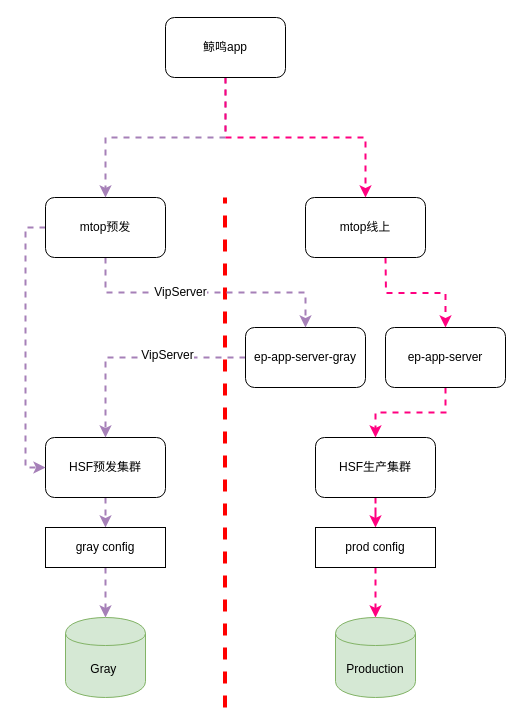
The draw.io diagram grayenv.drawio in QuanCong/draw, before the edit. Source tidied: cells renumbered, new cells numbered last; positions are measured from the earlier drawing's top-left corner, leaving out a move shared by most shapes. Both pictures are drawn from the tidied source at 100%, with x=0, y=0 at pixel (45, 17).
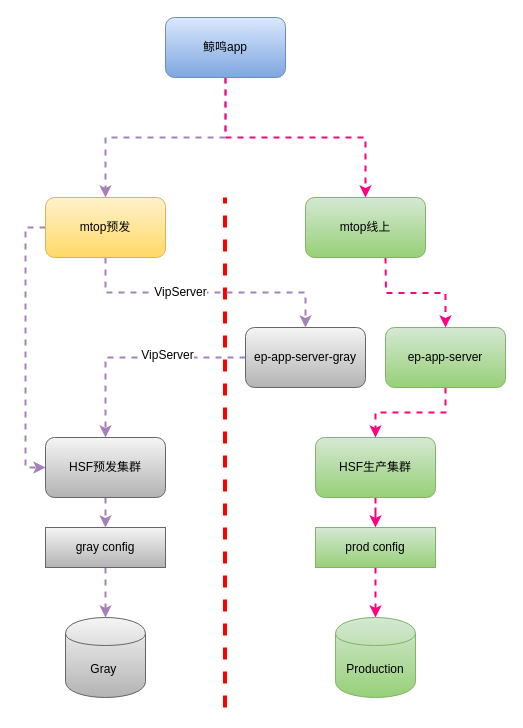
After the change.

What changed in the source:
```diff
@@
-    <mxCell id="2" value="Gray&amp;nbsp;" style="shape=cylinder;whiteSpace=wrap;html=1;boundedLbl=1;backgroundOutline=1;fillColor=#d5e8d4;strokeColor=#82b366;" parent="1" vertex="1">
+    <mxCell id="2" value="Gray&amp;nbsp;" style="shape=cylinder;whiteSpace=wrap;html=1;boundedLbl=1;backgroundOutline=1;fillColor=#f5f5f5;strokeColor=#666666;gradientColor=#b3b3b3;" parent="1" vertex="1">
       <mxGeometry x="20" y="600" width="80" height="80" as="geometry" />
     </mxCell>
-    <mxCell id="3" value="Production" style="shape=cylinder;whiteSpace=wrap;html=1;boundedLbl=1;backgroundOutline=1;fillColor=#d5e8d4;strokeColor=#82b366;" parent="1" vertex="1">
+    <mxCell id="3" value="Production" style="shape=cylinder;whiteSpace=wrap;html=1;boundedLbl=1;backgroundOutline=1;fillColor=#d5e8d4;strokeColor=#82b366;gradientColor=#97d077;" parent="1" vertex="1">
       <mxGeometry x="290" y="600" width="80" height="80" as="geometry" />
     </mxCell>
@@
-    <mxCell id="5" value="HSF预发集群" style="rounded=1;whiteSpace=wrap;html=1;" parent="1" vertex="1">
+    <mxCell id="5" value="HSF预发集群" style="rounded=1;whiteSpace=wrap;html=1;gradientColor=#b3b3b3;fillColor=#f5f5f5;strokeColor=#666666;" parent="1" vertex="1">
       <mxGeometry y="420" width="120" height="60" as="geometry" />
     </mxCell>
@@
-    <mxCell id="7" value="HSF生产集群" style="rounded=1;whiteSpace=wrap;html=1;" parent="1" vertex="1">
+    <mxCell id="7" value="HSF生产集群" style="rounded=1;whiteSpace=wrap;html=1;gradientColor=#97d077;fillColor=#d5e8d4;strokeColor=#82b366;" parent="1" vertex="1">
       <mxGeometry x="270" y="420" width="120" height="60" as="geometry" />
     </mxCell>
@@
-    <mxCell id="10" value="ep-app-server-gray" style="rounded=1;whiteSpace=wrap;html=1;" parent="1" vertex="1">
+    <mxCell id="10" value="ep-app-server-gray" style="rounded=1;whiteSpace=wrap;html=1;fillColor=#f5f5f5;strokeColor=#666666;gradientColor=#b3b3b3;" parent="1" vertex="1">
       <mxGeometry x="200" y="310" width="120" height="60" as="geometry" />
     </mxCell>
@@
-    <mxCell id="12" value="ep-app-server" style="rounded=1;whiteSpace=wrap;html=1;" parent="1" vertex="1">
+    <mxCell id="12" value="ep-app-server" style="rounded=1;whiteSpace=wrap;html=1;gradientColor=#97d077;fillColor=#d5e8d4;strokeColor=#82b366;" parent="1" vertex="1">
       <mxGeometry x="340" y="310" width="120" height="60" as="geometry" />
     </mxCell>
@@
-    <mxCell id="14" value="gray config" style="rounded=0;whiteSpace=wrap;html=1;" parent="1" vertex="1">
+    <mxCell id="14" value="gray config" style="rounded=0;whiteSpace=wrap;html=1;gradientColor=#b3b3b3;fillColor=#f5f5f5;strokeColor=#666666;" parent="1" vertex="1">
       <mxGeometry y="510" width="120" height="40" as="geometry" />
     </mxCell>
@@
-    <mxCell id="16" value="prod config" style="rounded=0;whiteSpace=wrap;html=1;" parent="1" vertex="1">
+    <mxCell id="16" value="prod config" style="rounded=0;whiteSpace=wrap;html=1;gradientColor=#97d077;fillColor=#d5e8d4;strokeColor=#82b366;" parent="1" vertex="1">
       <mxGeometry x="270" y="510" width="120" height="40" as="geometry" />
     </mxCell>
@@
-    <mxCell id="21" value="mtop预发" style="rounded=1;whiteSpace=wrap;html=1;" parent="1" vertex="1">
+    <mxCell id="21" value="mtop预发" style="rounded=1;whiteSpace=wrap;html=1;fillColor=#fff2cc;strokeColor=#d6b656;gradientColor=#ffd966;" parent="1" vertex="1">
       <mxGeometry y="180" width="120" height="60" as="geometry" />
     </mxCell>
@@
-    <mxCell id="23" value="mtop线上" style="rounded=1;whiteSpace=wrap;html=1;" parent="1" vertex="1">
+    <mxCell id="23" value="mtop线上" style="rounded=1;whiteSpace=wrap;html=1;fillColor=#d5e8d4;strokeColor=#82b366;gradientColor=#97d077;" parent="1" vertex="1">
       <mxGeometry x="260" y="180" width="120" height="60" as="geometry" />
     </mxCell>
@@
-    <mxCell id="26" value="鲸鸣app" style="rounded=1;whiteSpace=wrap;html=1;" parent="1" vertex="1">
+    <mxCell id="26" value="鲸鸣app" style="rounded=1;whiteSpace=wrap;html=1;fillColor=#dae8fc;strokeColor=#6c8ebf;gradientColor=#7ea6e0;" parent="1" vertex="1">
       <mxGeometry x="120" width="120" height="60" as="geometry" />
     </mxCell>
```
